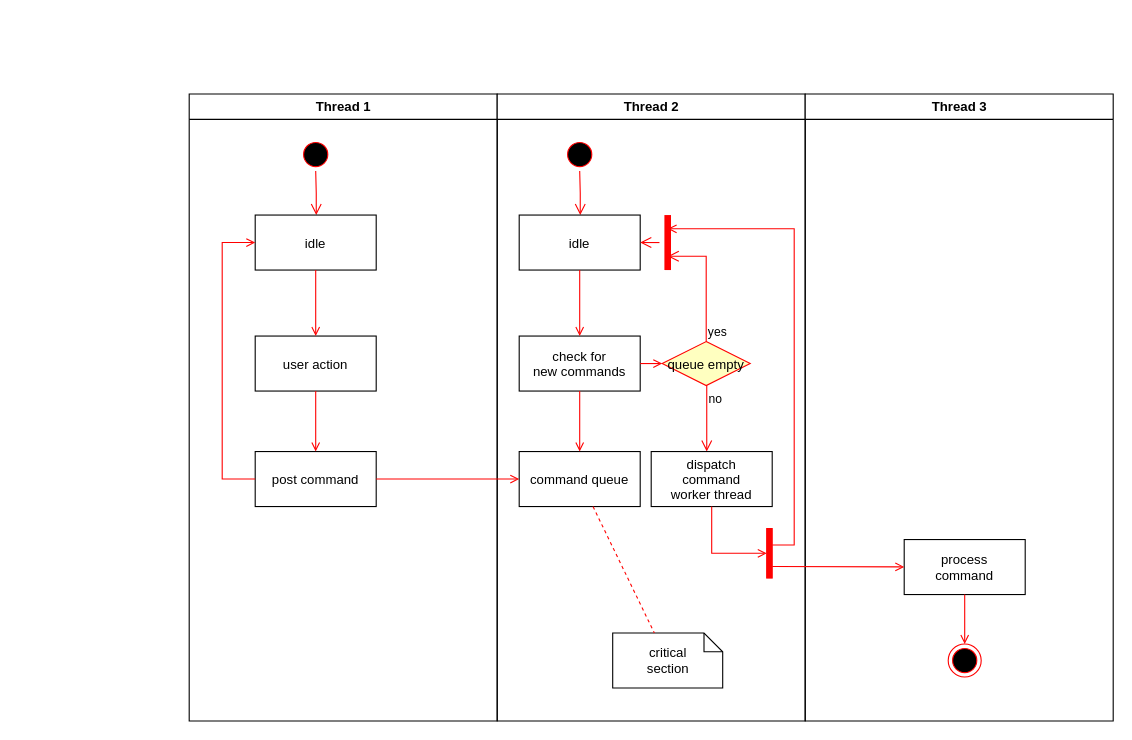
Before: 제목 없는 다이어그램.drawio in mangjong/Working, a draw.io diagram. Source tidied: cells renumbered, new cells numbered last; positions are measured from the earlier drawing's top-left corner, leaving out a move shared by most shapes. Both pictures are drawn from the tidied source at 110%, with x=0, y=0 at pixel (188, 94).
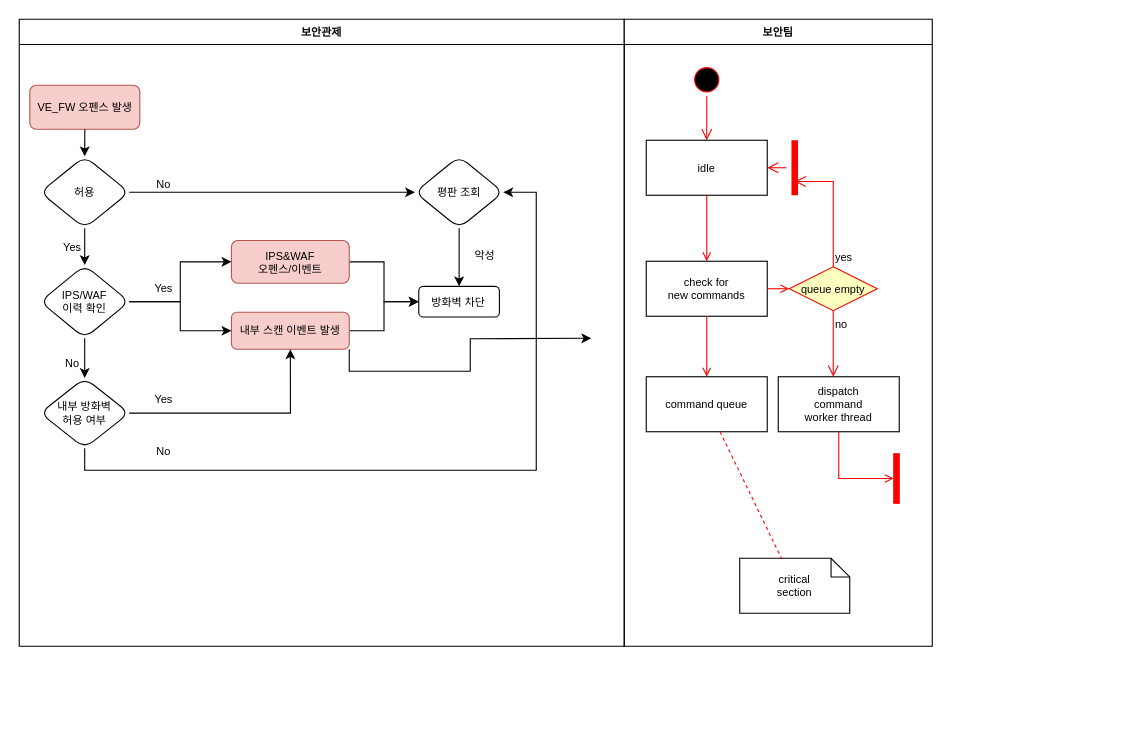
The same page after the edit.

Commit message:
제목 없는 다이어그램.drawio 업데이트

The edit, as a diff of the source:
```diff
@@
-    <mxCell id="2" value="Thread 1" style="swimlane;whiteSpace=wrap;" parent="1" vertex="1">
-      <mxGeometry x="0.5" width="280" height="570" as="geometry" />
+    <mxCell id="2" value="보안관제" style="swimlane;whiteSpace=wrap;fontSize=10;" parent="1" vertex="1">
+      <mxGeometry x="-154" y="-68" width="550" height="570" as="geometry" />
     </mxCell>
-    <mxCell id="3" style="ellipse;shape=startState;fillColor=#000000;strokeColor=#ff0000;" parent="2" vertex="1">
-      <mxGeometry x="100" y="40" width="30" height="30" as="geometry" />
-    </mxCell>
-    <mxCell id="4" style="edgeStyle=elbowEdgeStyle;elbow=horizontal;verticalAlign=bottom;endArrow=open;endSize=8;strokeColor=#FF0000;endFill=1;rounded=0;" parent="2" edge="1" source="3" target="5">
-      <mxGeometry x="100" y="40" as="geometry" />
-    </mxCell>
-    <mxCell id="5" value="idle" parent="2" vertex="1">
-      <mxGeometry x="60" y="110" width="110" height="50" as="geometry" />
-    </mxCell>
-    <mxCell id="6" value="user action" parent="2" vertex="1">
-      <mxGeometry x="60" y="220" width="110" height="50" as="geometry" />
-    </mxCell>
-    <mxCell id="7" style="endArrow=open;strokeColor=#FF0000;endFill=1;rounded=0;" parent="2" edge="1" source="5" target="6">
-      <mxGeometry relative="1" as="geometry" />
-    </mxCell>
-    <mxCell id="8" value="post command" parent="2" vertex="1">
-      <mxGeometry x="60" y="325" width="110" height="50" as="geometry" />
-    </mxCell>
-    <mxCell id="9" style="endArrow=open;strokeColor=#FF0000;endFill=1;rounded=0;" parent="2" edge="1" source="6" target="8">
-      <mxGeometry relative="1" as="geometry" />
-    </mxCell>
-    <mxCell id="10" style="edgeStyle=elbowEdgeStyle;elbow=horizontal;strokeColor=#FF0000;endArrow=open;endFill=1;rounded=0;" parent="2" edge="1" source="8" target="5">
-      <mxGeometry relative="1" as="geometry">
-        <Array as="points">
-          <mxPoint x="30" y="250" />
-        </Array>
-      </mxGeometry>
-    </mxCell>
+    <mxCell id="37" value="VE_FW 오펜스 발생" style="rounded=1;whiteSpace=wrap;html=1;fillColor=#f8cecc;strokeColor=#b85450;fontSize=10;" parent="2" vertex="1">
+      <mxGeometry x="9.6" y="60" width="100" height="40" as="geometry" />
+    </mxCell>
+    <mxCell id="38" value="허용" style="rhombus;whiteSpace=wrap;html=1;rounded=1;fontSize=10;" parent="2" vertex="1">
+      <mxGeometry x="19.1" y="124.6" width="80.8" height="65.4" as="geometry" />
+    </mxCell>
+    <mxCell id="39" style="edgeStyle=orthogonalEdgeStyle;rounded=0;jettySize=auto;html=1;exitX=0.5;exitY=1;exitDx=0;exitDy=0;entryX=0.5;entryY=0;entryDx=0;entryDy=0;fontSize=10;" parent="2" edge="1" source="37" target="38">
+      <mxGeometry relative="1" as="geometry" />
+    </mxCell>
+    <mxCell id="40" value="IPS/WAF&lt;br style=&quot;font-size: 10px;&quot;&gt;이력 확인" style="rhombus;whiteSpace=wrap;html=1;rounded=1;fontSize=10;" parent="2" vertex="1">
+      <mxGeometry x="19.1" y="223.5" width="80.8" height="66.5" as="geometry" />
+    </mxCell>
+    <mxCell id="41" style="edgeStyle=orthogonalEdgeStyle;rounded=0;jettySize=auto;html=1;exitX=0.5;exitY=1;exitDx=0;exitDy=0;entryX=0.5;entryY=0;entryDx=0;entryDy=0;fontSize=10;" parent="2" edge="1" source="38" target="40">
+      <mxGeometry relative="1" as="geometry" />
+    </mxCell>
+    <mxCell id="42" value="Yes" style="text;html=1;align=center;verticalAlign=middle;strokeColor=none;fillColor=none;fontSize=10;" parent="2" vertex="1">
+      <mxGeometry x="28.3" y="191.8" width="40" height="30" as="geometry" />
+    </mxCell>
+    <mxCell id="43" value="No" style="text;html=1;align=center;verticalAlign=middle;strokeColor=none;fillColor=none;fontSize=10;" parent="2" vertex="1">
+      <mxGeometry x="110.6" y="134.9" width="40" height="30" as="geometry" />
+    </mxCell>
+    <mxCell id="44" value="평판 조회" style="rhombus;whiteSpace=wrap;html=1;rounded=1;fontSize=10;" parent="2" vertex="1">
+      <mxGeometry x="359.8" y="124.6" width="80.2" height="65.4" as="geometry" />
+    </mxCell>
+    <mxCell id="45" style="edgeStyle=orthogonalEdgeStyle;rounded=0;jettySize=auto;html=1;exitX=1;exitY=0.5;exitDx=0;exitDy=0;entryX=0;entryY=0.5;entryDx=0;entryDy=0;fontSize=10;" parent="2" edge="1" source="38" target="44">
+      <mxGeometry relative="1" as="geometry" />
+    </mxCell>
+    <mxCell id="46" value="방화벽 차단" style="rounded=1;whiteSpace=wrap;html=1;fontSize=10;glass=0;strokeWidth=1;shadow=0;" parent="2" vertex="1">
+      <mxGeometry x="363.2" y="242.8" width="73.3" height="27.9" as="geometry" />
+    </mxCell>
+    <mxCell id="47" value="Yes" style="text;html=1;align=center;verticalAlign=middle;strokeColor=none;fillColor=none;fontSize=10;" parent="2" vertex="1">
+      <mxGeometry x="110.6" y="229.1" width="40" height="30" as="geometry" />
+    </mxCell>
+    <mxCell id="48" value="악성" style="text;html=1;align=center;verticalAlign=middle;strokeColor=none;fillColor=none;fontSize=10;" parent="2" vertex="1">
+      <mxGeometry x="403.2" y="199.2" width="40" height="30" as="geometry" />
+    </mxCell>
+    <mxCell id="49" style="edgeStyle=orthogonalEdgeStyle;rounded=0;jettySize=auto;html=1;exitX=0.5;exitY=1;exitDx=0;exitDy=0;fontSize=10;" parent="2" edge="1" source="44" target="46">
+      <mxGeometry relative="1" as="geometry" />
+    </mxCell>
+    <mxCell id="50" style="edgeStyle=orthogonalEdgeStyle;rounded=0;jettySize=auto;html=1;exitX=1;exitY=0.5;exitDx=0;exitDy=0;entryX=0;entryY=0.5;entryDx=0;entryDy=0;fontSize=10;" parent="2" edge="1" source="51" target="46">
+      <mxGeometry relative="1" as="geometry" />
+    </mxCell>
+    <mxCell id="51" value="IPS&amp;amp;WAF&lt;br style=&quot;font-size: 10px;&quot;&gt;오펜스/이벤트" style="rounded=1;whiteSpace=wrap;html=1;fillColor=#f8cecc;strokeColor=#b85450;fontSize=10;" parent="2" vertex="1">
+      <mxGeometry x="192.9" y="201.1" width="107.1" height="38.9" as="geometry" />
+    </mxCell>
+    <mxCell id="52" style="edgeStyle=orthogonalEdgeStyle;rounded=0;jettySize=auto;html=1;exitX=1;exitY=0.5;exitDx=0;exitDy=0;entryX=0;entryY=0.5;entryDx=0;entryDy=0;fontSize=10;" parent="2" edge="1" source="40" target="51">
+      <mxGeometry relative="1" as="geometry" />
+    </mxCell>
+    <mxCell id="53" style="edgeStyle=orthogonalEdgeStyle;rounded=0;jettySize=auto;html=1;exitX=0.5;exitY=1;exitDx=0;exitDy=0;entryX=1;entryY=0.5;entryDx=0;entryDy=0;fontSize=10;" parent="2" edge="1" source="54" target="44">
+      <mxGeometry relative="1" as="geometry">
+        <Array as="points">
+          <mxPoint x="64.9" y="410" />
+          <mxPoint x="470" y="410" />
+          <mxPoint x="470" y="161.9" />
+        </Array>
+      </mxGeometry>
+    </mxCell>
+    <mxCell id="54" value="내부 방화벽&lt;br style=&quot;font-size: 10px;&quot;&gt;허용 여부" style="rhombus;whiteSpace=wrap;html=1;rounded=1;fontSize=10;" parent="2" vertex="1">
+      <mxGeometry x="19.1" y="326.1" width="80.8" height="63.9" as="geometry" />
+    </mxCell>
+    <mxCell id="55" style="edgeStyle=orthogonalEdgeStyle;rounded=0;jettySize=auto;html=1;exitX=0.5;exitY=1;exitDx=0;exitDy=0;entryX=0.5;entryY=0;entryDx=0;entryDy=0;fontSize=10;" parent="2" edge="1" source="40" target="54">
+      <mxGeometry relative="1" as="geometry" />
+    </mxCell>
+    <mxCell id="56" style="edgeStyle=orthogonalEdgeStyle;rounded=0;jettySize=auto;html=1;exitX=1;exitY=0.5;exitDx=0;exitDy=0;fontSize=10;" parent="2" edge="1" source="58" target="46">
+      <mxGeometry relative="1" as="geometry" />
+    </mxCell>
+    <mxCell id="57" style="edgeStyle=orthogonalEdgeStyle;rounded=0;jettySize=auto;html=1;exitX=1;exitY=1;exitDx=0;exitDy=0;" parent="2" edge="1" source="58">
+      <mxGeometry relative="1" as="geometry">
+        <mxPoint x="520" y="290" as="targetPoint" />
+      </mxGeometry>
+    </mxCell>
+    <mxCell id="58" value="내부 스캔 이벤트 발생" style="rounded=1;whiteSpace=wrap;html=1;fillColor=#f8cecc;strokeColor=#b85450;fontSize=10;" parent="2" vertex="1">
+      <mxGeometry x="192.9" y="266.4" width="107.1" height="33.6" as="geometry" />
+    </mxCell>
+    <mxCell id="59" value="No" style="text;html=1;align=center;verticalAlign=middle;strokeColor=none;fillColor=none;fontSize=10;" parent="2" vertex="1">
+      <mxGeometry x="28.3" y="298.1" width="40" height="30" as="geometry" />
+    </mxCell>
+    <mxCell id="60" value="Yes" style="text;html=1;align=center;verticalAlign=middle;strokeColor=none;fillColor=none;fontSize=10;" parent="2" vertex="1">
+      <mxGeometry x="110.6" y="329.8" width="40" height="30" as="geometry" />
+    </mxCell>
+    <mxCell id="61" value="No" style="text;html=1;align=center;verticalAlign=middle;strokeColor=none;fillColor=none;fontSize=10;" parent="2" vertex="1">
+      <mxGeometry x="110.6" y="378.3" width="40" height="30" as="geometry" />
+    </mxCell>
+    <mxCell id="62" style="edgeStyle=orthogonalEdgeStyle;rounded=0;jettySize=auto;html=1;exitX=1;exitY=0.5;exitDx=0;exitDy=0;entryX=0;entryY=0.5;entryDx=0;entryDy=0;fontSize=10;" parent="2" edge="1" source="40" target="58">
+      <mxGeometry relative="1" as="geometry" />
+    </mxCell>
+    <mxCell id="63" style="edgeStyle=orthogonalEdgeStyle;rounded=0;jettySize=auto;html=1;exitX=1;exitY=0.5;exitDx=0;exitDy=0;entryX=0.5;entryY=1;entryDx=0;entryDy=0;fontSize=10;" parent="2" edge="1" source="54" target="58">
+      <mxGeometry relative="1" as="geometry" />
+    </mxCell>
-    <mxCell id="11" value="Thread 2" style="swimlane;whiteSpace=wrap;" parent="1" vertex="1">
-      <mxGeometry x="280.5" width="280" height="570" as="geometry" />
+    <mxCell id="11" value="보안팀" style="swimlane;whiteSpace=wrap;fontSize=10;" parent="1" vertex="1">
+      <mxGeometry x="396" y="-68" width="280" height="570" as="geometry" />
     </mxCell>
-    <mxCell id="12" style="ellipse;shape=startState;fillColor=#000000;strokeColor=#ff0000;" parent="11" vertex="1">
+    <mxCell id="12" style="ellipse;shape=startState;fillColor=#000000;strokeColor=#ff0000;fontSize=10;" parent="11" vertex="1">
       <mxGeometry x="60" y="40" width="30" height="30" as="geometry" />
     </mxCell>
-    <mxCell id="13" style="edgeStyle=elbowEdgeStyle;elbow=horizontal;verticalAlign=bottom;endArrow=open;endSize=8;strokeColor=#FF0000;endFill=1;rounded=0;" parent="11" edge="1" source="12" target="14">
+    <mxCell id="13" style="edgeStyle=elbowEdgeStyle;elbow=horizontal;verticalAlign=bottom;endArrow=open;endSize=8;strokeColor=#FF0000;endFill=1;rounded=0;fontSize=10;" parent="11" edge="1" source="12" target="14">
       <mxGeometry x="40" y="20" as="geometry" />
     </mxCell>
-    <mxCell id="14" value="idle" parent="11" vertex="1">
+    <mxCell id="14" value="idle" style="fontSize=10;" parent="11" vertex="1">
       <mxGeometry x="20" y="110" width="110" height="50" as="geometry" />
     </mxCell>
-    <mxCell id="15" value="check for &#10;new commands" parent="11" vertex="1">
+    <mxCell id="15" value="check for &#10;new commands" style="fontSize=10;" parent="11" vertex="1">
       <mxGeometry x="20" y="220" width="110" height="50" as="geometry" />
     </mxCell>
-    <mxCell id="16" style="endArrow=open;strokeColor=#FF0000;endFill=1;rounded=0;" parent="11" edge="1" source="14" target="15">
+    <mxCell id="16" style="endArrow=open;strokeColor=#FF0000;endFill=1;rounded=0;fontSize=10;" parent="11" edge="1" source="14" target="15">
       <mxGeometry relative="1" as="geometry" />
     </mxCell>
-    <mxCell id="17" value="command queue" parent="11" vertex="1">
+    <mxCell id="17" value="command queue" style="fontSize=10;" parent="11" vertex="1">
       <mxGeometry x="20" y="325" width="110" height="50" as="geometry" />
     </mxCell>
-    <mxCell id="18" style="endArrow=open;strokeColor=#FF0000;endFill=1;rounded=0;" parent="11" edge="1" source="15" target="17">
+    <mxCell id="18" style="endArrow=open;strokeColor=#FF0000;endFill=1;rounded=0;fontSize=10;" parent="11" edge="1" source="15" target="17">
       <mxGeometry relative="1" as="geometry" />
     </mxCell>
-    <mxCell id="19" value="queue empty" style="rhombus;fillColor=#ffffc0;strokeColor=#ff0000;" parent="11" vertex="1">
+    <mxCell id="19" value="queue empty" style="rhombus;fillColor=#ffffc0;strokeColor=#ff0000;fontSize=10;" parent="11" vertex="1">
       <mxGeometry x="150" y="225" width="80" height="40" as="geometry" />
     </mxCell>
-    <mxCell id="20" value="yes" style="edgeStyle=elbowEdgeStyle;elbow=horizontal;align=left;verticalAlign=bottom;endArrow=open;endSize=8;strokeColor=#FF0000;exitX=0.5;exitY=0;endFill=1;rounded=0;entryX=0.75;entryY=0.5;entryPerimeter=0;" parent="11" edge="1" source="19" target="23">
+    <mxCell id="20" value="yes" style="edgeStyle=elbowEdgeStyle;elbow=horizontal;align=left;verticalAlign=bottom;endArrow=open;endSize=8;strokeColor=#FF0000;exitX=0.5;exitY=0;endFill=1;rounded=0;entryX=0.75;entryY=0.5;entryPerimeter=0;fontSize=10;" parent="11" edge="1" source="19" target="23">
       <mxGeometry x="-1" relative="1" as="geometry">
         <Array as="points">
           <mxPoint x="190" y="180" />
         </Array>
       </mxGeometry>
     </mxCell>
-    <mxCell id="21" value="no" style="edgeStyle=elbowEdgeStyle;elbow=horizontal;align=left;verticalAlign=top;endArrow=open;endSize=8;strokeColor=#FF0000;endFill=1;rounded=0;" parent="11" edge="1" source="19" target="25">
+    <mxCell id="21" value="no" style="edgeStyle=elbowEdgeStyle;elbow=horizontal;align=left;verticalAlign=top;endArrow=open;endSize=8;strokeColor=#FF0000;endFill=1;rounded=0;fontSize=10;" parent="11" edge="1" source="19" target="25">
       <mxGeometry x="-1" relative="1" as="geometry" />
     </mxCell>
-    <mxCell id="22" style="endArrow=open;strokeColor=#FF0000;endFill=1;rounded=0;" parent="11" edge="1" source="15" target="19">
+    <mxCell id="22" style="endArrow=open;strokeColor=#FF0000;endFill=1;rounded=0;fontSize=10;" parent="11" edge="1" source="15" target="19">
       <mxGeometry relative="1" as="geometry" />
     </mxCell>
-    <mxCell id="23" style="shape=line;strokeWidth=6;strokeColor=#ff0000;rotation=90;" parent="11" vertex="1">
+    <mxCell id="23" style="shape=line;strokeWidth=6;strokeColor=#ff0000;rotation=90;fontSize=10;" parent="11" vertex="1">
       <mxGeometry x="130" y="127.5" width="50" height="15" as="geometry" />
     </mxCell>
-    <mxCell id="24" style="edgeStyle=elbowEdgeStyle;elbow=horizontal;verticalAlign=bottom;endArrow=open;endSize=8;strokeColor=#FF0000;endFill=1;rounded=0;" parent="11" edge="1" source="23" target="14">
+    <mxCell id="24" style="edgeStyle=elbowEdgeStyle;elbow=horizontal;verticalAlign=bottom;endArrow=open;endSize=8;strokeColor=#FF0000;endFill=1;rounded=0;fontSize=10;" parent="11" edge="1" source="23" target="14">
       <mxGeometry x="130" y="90" as="geometry" />
     </mxCell>
-    <mxCell id="25" value="dispatch&#10;command&#10;worker thread" parent="11" vertex="1">
+    <mxCell id="25" value="dispatch&#10;command&#10;worker thread" style="fontSize=10;" parent="11" vertex="1">
       <mxGeometry x="140" y="325" width="110" height="50" as="geometry" />
     </mxCell>
-    <mxCell id="26" value="critical&#10;section" style="shape=note;whiteSpace=wrap;size=17;" parent="11" vertex="1">
+    <mxCell id="26" value="critical&#10;section" style="shape=note;whiteSpace=wrap;size=17;fontSize=10;" parent="11" vertex="1">
       <mxGeometry x="105" y="490" width="100" height="50" as="geometry" />
     </mxCell>
-    <mxCell id="27" style="endArrow=none;strokeColor=#FF0000;endFill=0;rounded=0;dashed=1;" parent="11" edge="1" source="17" target="26">
+    <mxCell id="27" style="endArrow=none;strokeColor=#FF0000;endFill=0;rounded=0;dashed=1;fontSize=10;" parent="11" edge="1" source="17" target="26">
       <mxGeometry relative="1" as="geometry" />
     </mxCell>
-    <mxCell id="28" style="whiteSpace=wrap;strokeColor=#FF0000;fillColor=#FF0000;" parent="11" vertex="1">
+    <mxCell id="28" style="whiteSpace=wrap;strokeColor=#FF0000;fillColor=#FF0000;fontSize=10;" parent="11" vertex="1">
       <mxGeometry x="245" y="395" width="5" height="45" as="geometry" />
     </mxCell>
-    <mxCell id="29" style="edgeStyle=elbowEdgeStyle;elbow=horizontal;entryX=0;entryY=0.5;strokeColor=#FF0000;endArrow=open;endFill=1;rounded=0;" parent="11" edge="1" source="25" target="28">
+    <mxCell id="29" style="edgeStyle=elbowEdgeStyle;elbow=horizontal;entryX=0;entryY=0.5;strokeColor=#FF0000;endArrow=open;endFill=1;rounded=0;fontSize=10;" parent="11" edge="1" source="25" target="28">
       <mxGeometry relative="1" as="geometry">
         <Array as="points">
           <mxPoint x="195" y="400" />
         </Array>
       </mxGeometry>
     </mxCell>
-    <mxCell id="30" value="Thread 3" style="swimlane;whiteSpace=wrap;" parent="1" vertex="1">
-      <mxGeometry x="560.5" width="280" height="570" as="geometry" />
-    </mxCell>
-    <mxCell id="31" value="process&#10;command" parent="30" vertex="1">
-      <mxGeometry x="90" y="405" width="110" height="50" as="geometry" />
-    </mxCell>
-    <mxCell id="32" style="edgeStyle=elbowEdgeStyle;elbow=horizontal;strokeColor=#FF0000;endArrow=open;endFill=1;rounded=0;entryX=0.25;entryY=0.5;entryPerimeter=0;" parent="30" edge="1" target="23">
-      <mxGeometry relative="1" as="geometry">
-        <mxPoint x="-30" y="410" as="sourcePoint" />
-        <Array as="points">
-          <mxPoint x="-10" y="135" />
-        </Array>
-      </mxGeometry>
-    </mxCell>
-    <mxCell id="33" style="edgeStyle=none;strokeColor=#FF0000;endArrow=open;endFill=1;rounded=0;" parent="30" edge="1" target="31">
-      <mxGeometry relative="1" as="geometry">
-        <mxPoint x="-30" y="429.5" as="sourcePoint" />
-      </mxGeometry>
-    </mxCell>
-    <mxCell id="34" style="ellipse;shape=endState;fillColor=#000000;strokeColor=#ff0000;" parent="30" vertex="1">
-      <mxGeometry x="130" y="500" width="30" height="30" as="geometry" />
-    </mxCell>
-    <mxCell id="35" style="endArrow=open;strokeColor=#FF0000;endFill=1;rounded=0;" parent="30" edge="1" source="31" target="34">
-      <mxGeometry relative="1" as="geometry" />
-    </mxCell>
-    <mxCell id="36" style="endArrow=open;strokeColor=#FF0000;endFill=1;rounded=0;" parent="1" edge="1" source="8" target="17">
-      <mxGeometry relative="1" as="geometry" />
-    </mxCell>
```
